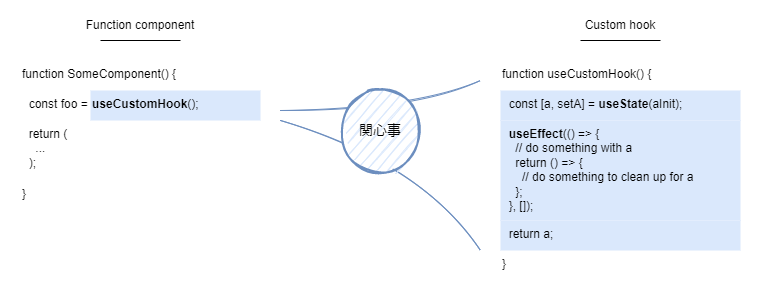
blog-fukuchiharuki-me/blog-fukuchiharuki-me.github.io keeps this draw.io diagram as images/what-makes-me-happy-with-react-hooks/custom-hook.png. Above is the earlier version. Source tidied: cells renumbered, new cells last; positions are measured from the earlier drawing's top-left corner, leaving out a move shared by most shapes.
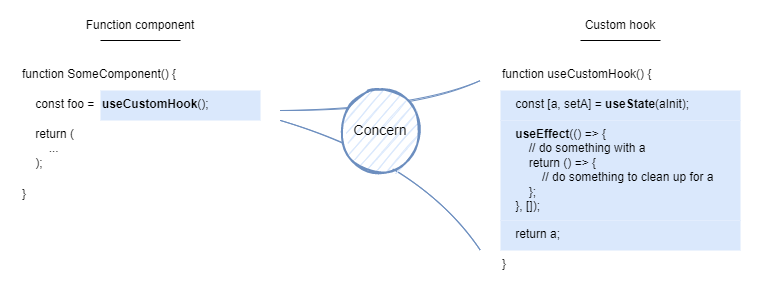
The same file after the commit.

Change to the diagram source:
```diff
@@ -32,16 +32,16 @@
     <mxCell id="7" value="}" style="rounded=0;whiteSpace=wrap;html=1;arcSize=9;verticalAlign=top;align=left;strokeColor=none;" parent="1" vertex="1">
       <mxGeometry x="490" y="240" width="240" height="30" as="geometry" />
     </mxCell>
-    <mxCell id="8" value="&amp;nbsp; return a;" style="rounded=0;whiteSpace=wrap;html=1;arcSize=6;verticalAlign=top;align=left;fillColor=#dae8fc;strokeColor=none;" parent="1" vertex="1">
+    <mxCell id="8" value="&amp;nbsp; &amp;nbsp; return a;" style="rounded=0;whiteSpace=wrap;html=1;arcSize=6;verticalAlign=top;align=left;fillColor=#dae8fc;strokeColor=none;" parent="1" vertex="1">
       <mxGeometry x="490" y="210" width="240" height="30" as="geometry" />
     </mxCell>
-    <mxCell id="9" value="&amp;nbsp; &lt;b&gt;useEffect&lt;/b&gt;(() =&amp;gt; {&lt;br&gt;&amp;nbsp; &amp;nbsp; // do something with a&lt;br&gt;&amp;nbsp; &amp;nbsp; return () =&amp;gt; {&lt;br&gt;&amp;nbsp; &amp;nbsp; &amp;nbsp; // do something to clean up for a&lt;br&gt;&amp;nbsp; &amp;nbsp; };&lt;br&gt;&amp;nbsp; }, []);" style="rounded=0;whiteSpace=wrap;html=1;arcSize=9;verticalAlign=top;align=left;fillColor=#dae8fc;strokeColor=none;" parent="1" vertex="1">
+    <mxCell id="9" value="&amp;nbsp; &amp;nbsp;&amp;nbsp;&lt;b&gt;useEffect&lt;/b&gt;(() =&amp;gt; {&lt;br&gt;&amp;nbsp; &amp;nbsp; &amp;nbsp; &amp;nbsp; // do something with a&lt;br&gt;&amp;nbsp; &amp;nbsp; &amp;nbsp; &amp;nbsp; return () =&amp;gt; {&lt;br&gt;&amp;nbsp; &amp;nbsp; &amp;nbsp; &amp;nbsp; &amp;nbsp; &amp;nbsp; // do something to clean up for a&lt;br&gt;&amp;nbsp; &amp;nbsp; &amp;nbsp; &amp;nbsp; };&lt;br&gt;&amp;nbsp; &amp;nbsp; }, []);" style="rounded=0;whiteSpace=wrap;html=1;arcSize=9;verticalAlign=top;align=left;fillColor=#dae8fc;strokeColor=none;" parent="1" vertex="1">
       <mxGeometry x="490" y="110" width="240" height="100" as="geometry" />
     </mxCell>
     <mxCell id="10" value="Custom hook" style="rounded=0;whiteSpace=wrap;html=1;sketch=0;align=center;strokeColor=none;fillColor=none;" parent="1" vertex="1">
       <mxGeometry x="540" width="140" height="30" as="geometry" />
     </mxCell>
-    <mxCell id="11" value="&amp;nbsp; const [a, setA] = &lt;b&gt;useState&lt;/b&gt;(aInit);" style="rounded=0;whiteSpace=wrap;html=1;arcSize=9;verticalAlign=top;align=left;fillColor=#dae8fc;strokeColor=none;" parent="1" vertex="1">
+    <mxCell id="11" value="&amp;nbsp; &amp;nbsp; const [a, setA] = &lt;b&gt;useState&lt;/b&gt;(aInit);" style="rounded=0;whiteSpace=wrap;html=1;arcSize=9;verticalAlign=top;align=left;fillColor=#dae8fc;strokeColor=none;" parent="1" vertex="1">
       <mxGeometry x="490" y="80" width="240" height="30" as="geometry" />
     </mxCell>
     <mxCell id="12" style="rounded=0;whiteSpace=wrap;html=1;align=left;strokeColor=none;" parent="1" vertex="1">
@@ -53,16 +53,16 @@
     <mxCell id="14" value="}" style="rounded=0;whiteSpace=wrap;html=1;arcSize=9;verticalAlign=top;align=left;strokeColor=none;" parent="1" vertex="1">
       <mxGeometry x="10" y="170" width="240" height="30" as="geometry" />
     </mxCell>
-    <mxCell id="15" value="&amp;nbsp; return (&lt;br&gt;&amp;nbsp; &amp;nbsp; ...&lt;br&gt;&amp;nbsp; );" style="rounded=0;whiteSpace=wrap;html=1;arcSize=6;verticalAlign=top;align=left;strokeColor=none;" parent="1" vertex="1">
+    <mxCell id="15" value="&amp;nbsp; &amp;nbsp; return (&lt;br&gt;&amp;nbsp; &amp;nbsp; &amp;nbsp; &amp;nbsp; ...&lt;br&gt;&amp;nbsp; &amp;nbsp; );" style="rounded=0;whiteSpace=wrap;html=1;arcSize=6;verticalAlign=top;align=left;strokeColor=none;" parent="1" vertex="1">
       <mxGeometry x="10" y="110" width="240" height="60" as="geometry" />
     </mxCell>
-    <mxCell id="16" value="&amp;nbsp; const foo =&amp;nbsp;&lt;b&gt;useCustomHook&lt;/b&gt;();" style="rounded=0;whiteSpace=wrap;html=1;arcSize=9;verticalAlign=top;align=left;strokeColor=none;fillColor=none;" parent="1" vertex="1">
+    <mxCell id="16" value="&amp;nbsp; &amp;nbsp; const foo =" style="rounded=0;whiteSpace=wrap;html=1;arcSize=9;verticalAlign=top;align=left;strokeColor=none;fillColor=none;" parent="1" vertex="1">
       <mxGeometry x="10" y="80" width="240" height="30" as="geometry" />
     </mxCell>
     <mxCell id="17" value="Function component" style="rounded=0;whiteSpace=wrap;html=1;sketch=0;align=center;strokeColor=none;fillColor=none;" parent="1" vertex="1">
       <mxGeometry x="60" width="140" height="30" as="geometry" />
     </mxCell>
-    <mxCell id="18" value="関心事" style="ellipse;whiteSpace=wrap;html=1;rounded=0;sketch=1;fillColor=#dae8fc;align=center;strokeColor=#6C8EBF;fontSize=14;strokeWidth=2;" parent="1" vertex="1">
+    <mxCell id="18" value="Concern" style="ellipse;whiteSpace=wrap;html=1;rounded=0;sketch=1;fillColor=#dae8fc;align=center;strokeColor=#6C8EBF;fontSize=14;strokeWidth=2;" parent="1" vertex="1">
       <mxGeometry x="330" y="80" width="80" height="80" as="geometry" />
     </mxCell>
     <mxCell id="19" style="endArrow=none;html=1;sketch=0;fontSize=14;curved=1;" parent="1" edge="1">
@@ -78,7 +78,7 @@
       </mxGeometry>
     </mxCell>
     <mxCell id="21" value="&lt;b&gt;useCustomHook&lt;/b&gt;();" style="rounded=0;whiteSpace=wrap;html=1;arcSize=9;verticalAlign=top;align=left;fillColor=#dae8fc;strokeColor=none;" parent="1" vertex="1">
-      <mxGeometry x="80" y="80" width="170" height="30" as="geometry" />
+      <mxGeometry x="90" y="80" width="160" height="30" as="geometry" />
     </mxCell>
   </root>
 </mxGraphModel>
```
